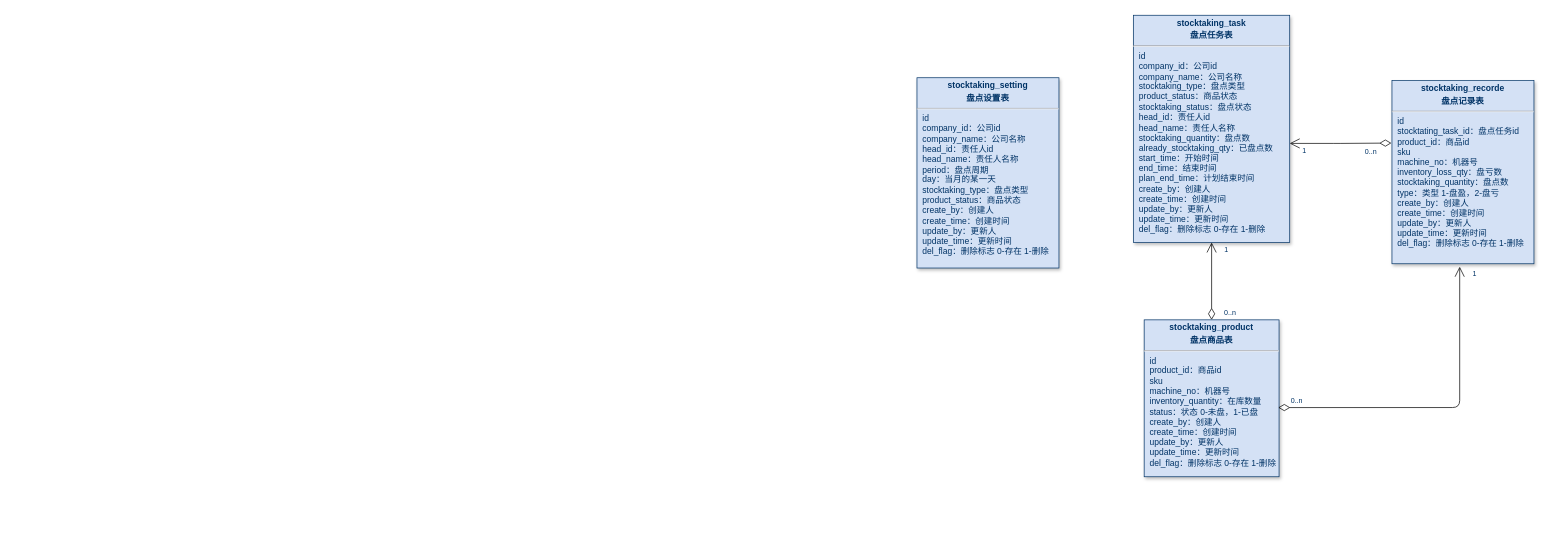
Before: page "第 2 页" (3 of 3) of zq-2.3.0.drawio in KNAI-I/test, a draw.io diagram. Source tidied: cells renumbered, new cells numbered last; positions are measured from the earlier drawing's top-left corner, leaving out a move shared by most shapes. Both pictures are drawn from the tidied source at 71%, with x=0, y=0 at pixel (917, 15).
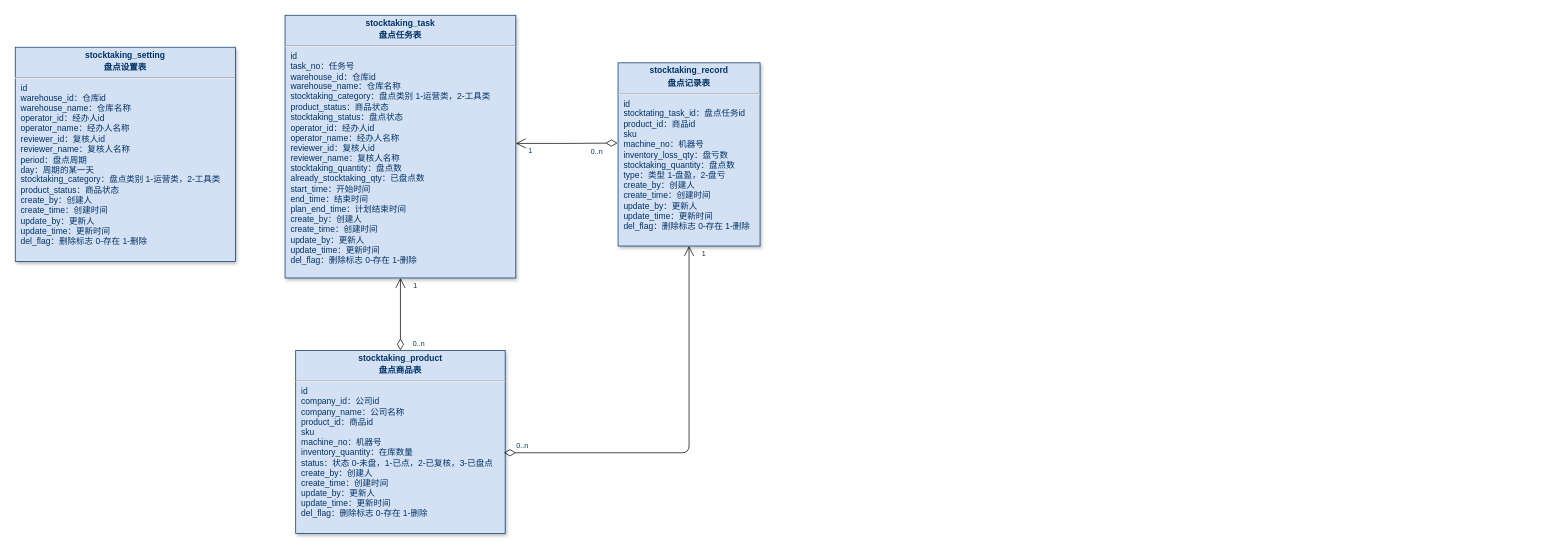
The same page after the edit.

What changed in the source:
```diff
@@
 <mxGraphModel>
   <root>
     <mxCell id="0" />
     <mxCell id="1" parent="0" />
     <mxCell id="2" style="endArrow=open;endSize=12;startArrow=diamondThin;startSize=14;startFill=0;edgeStyle=orthogonalEdgeStyle;entryX=0.5;entryY=1;entryDx=0;entryDy=0;exitX=0.5;exitY=0;exitDx=0;exitDy=0;" parent="1" edge="1" source="7" target="6">
       <mxGeometry x="620" y="340" as="geometry" />
     </mxCell>
     <mxCell id="3" value="0..n" style="align=left;verticalAlign=top;labelBackgroundColor=#ffffff;fontSize=10;strokeColor=#003366;shadow=1;fillColor=#D4E1F5;fontColor=#003366;" parent="2" vertex="1">
       <mxGeometry x="-1" relative="1" as="geometry">
         <mxPoint x="16" y="-22" as="offset" />
       </mxGeometry>
     </mxCell>
     <mxCell id="4" value="1" style="align=right;verticalAlign=top;labelBackgroundColor=#ffffff;fontSize=10;strokeColor=#003366;shadow=1;fillColor=#D4E1F5;fontColor=#003366;" parent="2" vertex="1">
       <mxGeometry x="1" relative="1" as="geometry">
         <mxPoint x="25" y="-2" as="offset" />
       </mxGeometry>
     </mxCell>
-    <mxCell id="5" value="&lt;p style=&quot;margin: 4px 0px 0px; text-align: center;&quot;&gt;&lt;b&gt;stocktaking_&lt;/b&gt;&lt;span style=&quot;background-color: transparent; text-align: left;&quot;&gt;&lt;b&gt;setting&lt;/b&gt;&lt;/span&gt;&lt;/p&gt;&lt;p style=&quot;margin: 4px 0px 0px; text-align: center;&quot;&gt;&lt;span style=&quot;background-color: transparent; text-align: left;&quot;&gt;&lt;b&gt;盘点设置表&lt;/b&gt;&lt;/span&gt;&lt;/p&gt;&lt;hr&gt;&lt;p style=&quot;margin: 0px; margin-left: 8px;&quot;&gt;id&lt;/p&gt;&lt;p style=&quot;margin: 0px; margin-left: 8px;&quot;&gt;company_id：公司id&lt;/p&gt;&lt;p style=&quot;margin: 0px; margin-left: 8px;&quot;&gt;company_name：公司名称&lt;/p&gt;&lt;p style=&quot;margin: 0px 0px 0px 8px;&quot;&gt;head_id：责任人id&lt;/p&gt;&lt;p style=&quot;margin: 0px 0px 0px 8px;&quot;&gt;head_name：责任人名称&lt;/p&gt;&lt;p style=&quot;margin: 0px; margin-left: 8px;&quot;&gt;period：盘点周期&lt;/p&gt;&lt;p style=&quot;margin: 0px; margin-left: 8px;&quot;&gt;day：当月的某一天&lt;/p&gt;&lt;p style=&quot;margin: 0px; margin-left: 8px;&quot;&gt;stocktaking_type：盘点类型&lt;/p&gt;&lt;p style=&quot;margin: 0px; margin-left: 8px;&quot;&gt;product_status：商品状态&lt;/p&gt;&lt;p style=&quot;margin: 0px 0px 0px 8px;&quot;&gt;create_by：创建人&lt;/p&gt;&lt;p style=&quot;margin: 0px 0px 0px 8px;&quot;&gt;create_time：创建时间&lt;/p&gt;&lt;p style=&quot;margin: 0px 0px 0px 8px;&quot;&gt;update_by：更新人&lt;/p&gt;&lt;p style=&quot;margin: 0px 0px 0px 8px;&quot;&gt;update_time：更新时间&lt;/p&gt;&lt;p style=&quot;margin: 0px 0px 0px 8px;&quot;&gt;del_flag：删除标志 0-存在 1-删除&lt;/p&gt;" style="verticalAlign=top;align=left;overflow=fill;fontSize=12;fontFamily=Helvetica;html=1;strokeColor=#003366;shadow=1;fillColor=#D4E1F5;fontColor=#003366;" parent="1" vertex="1">
-      <mxGeometry y="88" width="200" height="268" as="geometry" />
+    <mxCell id="5" value="&lt;p style=&quot;margin: 4px 0px 0px; text-align: center;&quot;&gt;&lt;b&gt;stocktaking_&lt;/b&gt;&lt;span style=&quot;background-color: transparent; text-align: left;&quot;&gt;&lt;b&gt;setting&lt;/b&gt;&lt;/span&gt;&lt;/p&gt;&lt;p style=&quot;margin: 4px 0px 0px; text-align: center;&quot;&gt;&lt;span style=&quot;background-color: transparent; text-align: left;&quot;&gt;&lt;b&gt;盘点设置表&lt;/b&gt;&lt;/span&gt;&lt;/p&gt;&lt;hr&gt;&lt;p style=&quot;margin: 0px; margin-left: 8px;&quot;&gt;id&lt;/p&gt;&lt;p style=&quot;margin: 0px; margin-left: 8px;&quot;&gt;warehouse_id：仓库id&lt;/p&gt;&lt;p style=&quot;margin: 0px; margin-left: 8px;&quot;&gt;warehouse_name：仓库名称&lt;/p&gt;&lt;p style=&quot;margin: 0px 0px 0px 8px;&quot;&gt;operator_id：经办人id&lt;/p&gt;&lt;p style=&quot;margin: 0px 0px 0px 8px;&quot;&gt;&lt;span style=&quot;background-color: transparent; color: light-dark(rgb(0, 51, 102), rgb(161, 205, 249));&quot;&gt;operator&lt;/span&gt;_name：经办人名称&lt;/p&gt;&lt;p style=&quot;margin: 0px 0px 0px 8px;&quot;&gt;reviewer_id：复核人id&lt;/p&gt;&lt;p style=&quot;margin: 0px 0px 0px 8px;&quot;&gt;reviewer_name：复核人名称&lt;/p&gt;&lt;p style=&quot;margin: 0px; margin-left: 8px;&quot;&gt;period：盘点周期&lt;/p&gt;&lt;p style=&quot;margin: 0px; margin-left: 8px;&quot;&gt;day：周期的某一天&lt;/p&gt;&lt;p style=&quot;margin: 0px; margin-left: 8px;&quot;&gt;stocktaking_category：盘点类别 1-运营类，2-工具类&lt;/p&gt;&lt;p style=&quot;margin: 0px; margin-left: 8px;&quot;&gt;product_status：商品状态&lt;/p&gt;&lt;p style=&quot;margin: 0px 0px 0px 8px;&quot;&gt;create_by：创建人&lt;/p&gt;&lt;p style=&quot;margin: 0px 0px 0px 8px;&quot;&gt;create_time：创建时间&lt;/p&gt;&lt;p style=&quot;margin: 0px 0px 0px 8px;&quot;&gt;update_by：更新人&lt;/p&gt;&lt;p style=&quot;margin: 0px 0px 0px 8px;&quot;&gt;update_time：更新时间&lt;/p&gt;&lt;p style=&quot;margin: 0px 0px 0px 8px;&quot;&gt;del_flag：删除标志 0-存在 1-删除&lt;/p&gt;" style="verticalAlign=top;align=left;overflow=fill;fontSize=12;fontFamily=Helvetica;html=1;strokeColor=#003366;shadow=1;fillColor=#D4E1F5;fontColor=#003366;" parent="1" vertex="1">
+      <mxGeometry x="-1270" y="45" width="310" height="302" as="geometry" />
     </mxCell>
-    <mxCell id="6" value="&lt;p style=&quot;margin: 4px 0px 0px; text-align: center;&quot;&gt;&lt;b style=&quot;&quot;&gt;stocktaking_task&lt;/b&gt;&lt;/p&gt;&lt;p style=&quot;margin: 4px 0px 0px; text-align: center;&quot;&gt;&lt;b&gt;盘点任务表&lt;/b&gt;&lt;/p&gt;&lt;hr&gt;&lt;p style=&quot;margin: 0px; margin-left: 8px;&quot;&gt;id&lt;/p&gt;&lt;p style=&quot;margin: 0px 0px 0px 8px;&quot;&gt;company_id：公司id&lt;/p&gt;&lt;p style=&quot;margin: 0px 0px 0px 8px;&quot;&gt;company_name：公司名称&lt;/p&gt;&lt;p style=&quot;margin: 0px; margin-left: 8px;&quot;&gt;&lt;span style=&quot;background-color: transparent; color: light-dark(rgb(0, 51, 102), rgb(161, 205, 249));&quot;&gt;stocktaking_type：盘点类型&lt;/span&gt;&lt;/p&gt;&lt;p style=&quot;margin: 0px; margin-left: 8px;&quot;&gt;&lt;span style=&quot;background-color: transparent; color: light-dark(rgb(0, 51, 102), rgb(161, 205, 249));&quot;&gt;product_status：商品状态&lt;/span&gt;&lt;/p&gt;&lt;p style=&quot;margin: 0px; margin-left: 8px;&quot;&gt;stocktaking_status：盘点状态&lt;/p&gt;&lt;p style=&quot;margin: 0px 0px 0px 8px;&quot;&gt;head_id：责任人id&lt;/p&gt;&lt;p style=&quot;margin: 0px 0px 0px 8px;&quot;&gt;head_name：责任人名称&lt;/p&gt;&lt;p style=&quot;margin: 0px 0px 0px 8px;&quot;&gt;stocktaking_quantity：盘点数&lt;/p&gt;&lt;p style=&quot;margin: 0px 0px 0px 8px;&quot;&gt;already_&lt;span style=&quot;background-color: transparent; color: light-dark(rgb(0, 51, 102), rgb(161, 205, 249));&quot;&gt;stocktaking_qty：已盘点数&lt;/span&gt;&lt;/p&gt;&lt;p style=&quot;margin: 0px 0px 0px 8px;&quot;&gt;start_time：开始时间&lt;/p&gt;&lt;p style=&quot;margin: 0px 0px 0px 8px;&quot;&gt;end_time：结束时间&lt;/p&gt;&lt;p style=&quot;margin: 0px 0px 0px 8px;&quot;&gt;plan_end_time：计划结束时间&lt;/p&gt;&lt;p style=&quot;margin: 0px 0px 0px 8px;&quot;&gt;create_by：创建人&lt;/p&gt;&lt;p style=&quot;margin: 0px 0px 0px 8px;&quot;&gt;create_time：创建时间&lt;/p&gt;&lt;p style=&quot;margin: 0px 0px 0px 8px;&quot;&gt;update_by：更新人&lt;/p&gt;&lt;p style=&quot;margin: 0px 0px 0px 8px;&quot;&gt;update_time：更新时间&lt;/p&gt;&lt;p style=&quot;margin: 0px 0px 0px 8px;&quot;&gt;del_flag：删除标志 0-存在 1-删除&lt;/p&gt;" style="verticalAlign=top;align=left;overflow=fill;fontSize=12;fontFamily=Helvetica;html=1;strokeColor=#003366;shadow=1;fillColor=#D4E1F5;fontColor=#003366;" parent="1" vertex="1">
-      <mxGeometry x="305" width="220" height="320" as="geometry" />
+    <mxCell id="6" value="&lt;p style=&quot;margin: 4px 0px 0px; text-align: center;&quot;&gt;&lt;b style=&quot;&quot;&gt;stocktaking_task&lt;/b&gt;&lt;/p&gt;&lt;p style=&quot;margin: 4px 0px 0px; text-align: center;&quot;&gt;&lt;b&gt;盘点任务表&lt;/b&gt;&lt;/p&gt;&lt;hr&gt;&lt;p style=&quot;margin: 0px; margin-left: 8px;&quot;&gt;id&lt;/p&gt;&lt;p style=&quot;margin: 0px; margin-left: 8px;&quot;&gt;task_no：任务号&lt;/p&gt;&lt;p style=&quot;margin: 0px 0px 0px 8px;&quot;&gt;warehouse_id：仓库id&lt;/p&gt;&lt;p style=&quot;margin: 0px 0px 0px 8px;&quot;&gt;&lt;span style=&quot;background-color: transparent; color: light-dark(rgb(0, 51, 102), rgb(161, 205, 249));&quot;&gt;warehouse_name：仓库名称&lt;/span&gt;&lt;/p&gt;&lt;p style=&quot;margin: 0px 0px 0px 8px;&quot;&gt;stocktaking_category：盘点类别 1-运营类，2-工具类&lt;/p&gt;&lt;p style=&quot;margin: 0px; margin-left: 8px;&quot;&gt;&lt;span style=&quot;background-color: transparent; color: light-dark(rgb(0, 51, 102), rgb(161, 205, 249));&quot;&gt;product_status：商品状态&lt;/span&gt;&lt;/p&gt;&lt;p style=&quot;margin: 0px; margin-left: 8px;&quot;&gt;stocktaking_status：盘点状态&lt;/p&gt;&lt;p style=&quot;margin: 0px 0px 0px 8px;&quot;&gt;operator_id：经办人id&lt;/p&gt;&lt;p style=&quot;margin: 0px 0px 0px 8px;&quot;&gt;&lt;span style=&quot;background-color: transparent; color: light-dark(rgb(0, 51, 102), rgb(161, 205, 249));&quot;&gt;operator&lt;/span&gt;_name：经办人名称&lt;/p&gt;&lt;p style=&quot;margin: 0px 0px 0px 8px;&quot;&gt;reviewer_id：复核人id&lt;/p&gt;&lt;p style=&quot;margin: 0px 0px 0px 8px;&quot;&gt;reviewer_name：复核人名称&lt;/p&gt;&lt;p style=&quot;margin: 0px 0px 0px 8px;&quot;&gt;stocktaking_quantity：盘点数&lt;/p&gt;&lt;p style=&quot;margin: 0px 0px 0px 8px;&quot;&gt;already_&lt;span style=&quot;background-color: transparent; color: light-dark(rgb(0, 51, 102), rgb(161, 205, 249));&quot;&gt;stocktaking_qty：已盘点数&lt;/span&gt;&lt;/p&gt;&lt;p style=&quot;margin: 0px 0px 0px 8px;&quot;&gt;start_time：开始时间&lt;/p&gt;&lt;p style=&quot;margin: 0px 0px 0px 8px;&quot;&gt;end_time：结束时间&lt;/p&gt;&lt;p style=&quot;margin: 0px 0px 0px 8px;&quot;&gt;plan_end_time：计划结束时间&lt;/p&gt;&lt;p style=&quot;margin: 0px 0px 0px 8px;&quot;&gt;create_by：创建人&lt;/p&gt;&lt;p style=&quot;margin: 0px 0px 0px 8px;&quot;&gt;create_time：创建时间&lt;/p&gt;&lt;p style=&quot;margin: 0px 0px 0px 8px;&quot;&gt;update_by：更新人&lt;/p&gt;&lt;p style=&quot;margin: 0px 0px 0px 8px;&quot;&gt;update_time：更新时间&lt;/p&gt;&lt;p style=&quot;margin: 0px 0px 0px 8px;&quot;&gt;del_flag：删除标志 0-存在 1-删除&lt;/p&gt;" style="verticalAlign=top;align=left;overflow=fill;fontSize=12;fontFamily=Helvetica;html=1;strokeColor=#003366;shadow=1;fillColor=#D4E1F5;fontColor=#003366;" parent="1" vertex="1">
+      <mxGeometry x="-890" width="325" height="370" as="geometry" />
     </mxCell>
-    <mxCell id="7" value="&lt;p style=&quot;margin: 4px 0px 0px; text-align: center;&quot;&gt;&lt;b style=&quot;&quot;&gt;stocktaking_product&lt;/b&gt;&lt;/p&gt;&lt;p style=&quot;margin: 4px 0px 0px; text-align: center;&quot;&gt;&lt;b style=&quot;&quot;&gt;盘点商品表&lt;/b&gt;&lt;/p&gt;&lt;hr&gt;&lt;p style=&quot;margin: 0px; margin-left: 8px;&quot;&gt;id&lt;/p&gt;&lt;p style=&quot;margin: 0px; margin-left: 8px;&quot;&gt;product_id：商品id&lt;/p&gt;&lt;p style=&quot;margin: 0px; margin-left: 8px;&quot;&gt;sku&lt;/p&gt;&lt;p style=&quot;margin: 0px; margin-left: 8px;&quot;&gt;machine_no：机器号&lt;/p&gt;&lt;p style=&quot;margin: 0px; margin-left: 8px;&quot;&gt;inventory_quantity：在库数量&lt;/p&gt;&lt;p style=&quot;margin: 0px; margin-left: 8px;&quot;&gt;status：状态 0-未盘，1-已盘&lt;/p&gt;&lt;p style=&quot;margin: 0px 0px 0px 8px;&quot;&gt;create_by：创建人&lt;/p&gt;&lt;p style=&quot;margin: 0px 0px 0px 8px;&quot;&gt;create_time：创建时间&lt;/p&gt;&lt;p style=&quot;margin: 0px 0px 0px 8px;&quot;&gt;update_by：更新人&lt;/p&gt;&lt;p style=&quot;margin: 0px 0px 0px 8px;&quot;&gt;update_time：更新时间&lt;/p&gt;&lt;p style=&quot;margin: 0px 0px 0px 8px;&quot;&gt;del_flag：删除标志 0-存在 1-删除&lt;/p&gt;" style="verticalAlign=top;align=left;overflow=fill;fontSize=12;fontFamily=Helvetica;html=1;strokeColor=#003366;shadow=1;fillColor=#D4E1F5;fontColor=#003366;" parent="1" vertex="1">
-      <mxGeometry x="320" y="429" width="190" height="221" as="geometry" />
+    <mxCell id="7" value="&lt;p style=&quot;margin: 4px 0px 0px; text-align: center;&quot;&gt;&lt;b style=&quot;&quot;&gt;stocktaking_product&lt;/b&gt;&lt;/p&gt;&lt;p style=&quot;margin: 4px 0px 0px; text-align: center;&quot;&gt;&lt;b style=&quot;&quot;&gt;盘点商品表&lt;/b&gt;&lt;/p&gt;&lt;hr&gt;&lt;p style=&quot;margin: 0px; margin-left: 8px;&quot;&gt;id&lt;/p&gt;&lt;p style=&quot;margin: 0px 0px 0px 8px;&quot;&gt;company_id：公司id&lt;/p&gt;&lt;p style=&quot;margin: 0px 0px 0px 8px;&quot;&gt;company_name：公司名称&lt;/p&gt;&lt;p style=&quot;margin: 0px; margin-left: 8px;&quot;&gt;product_id：商品id&lt;/p&gt;&lt;p style=&quot;margin: 0px; margin-left: 8px;&quot;&gt;sku&lt;/p&gt;&lt;p style=&quot;margin: 0px; margin-left: 8px;&quot;&gt;machine_no：机器号&lt;/p&gt;&lt;p style=&quot;margin: 0px; margin-left: 8px;&quot;&gt;inventory_quantity：在库数量&lt;/p&gt;&lt;p style=&quot;margin: 0px; margin-left: 8px;&quot;&gt;status：状态 0-未盘，1-已点，2-已复核，3-已盘点&lt;/p&gt;&lt;p style=&quot;margin: 0px 0px 0px 8px;&quot;&gt;create_by：创建人&lt;/p&gt;&lt;p style=&quot;margin: 0px 0px 0px 8px;&quot;&gt;create_time：创建时间&lt;/p&gt;&lt;p style=&quot;margin: 0px 0px 0px 8px;&quot;&gt;update_by：更新人&lt;/p&gt;&lt;p style=&quot;margin: 0px 0px 0px 8px;&quot;&gt;update_time：更新时间&lt;/p&gt;&lt;p style=&quot;margin: 0px 0px 0px 8px;&quot;&gt;del_flag：删除标志 0-存在 1-删除&lt;/p&gt;" style="verticalAlign=top;align=left;overflow=fill;fontSize=12;fontFamily=Helvetica;html=1;strokeColor=#003366;shadow=1;fillColor=#D4E1F5;fontColor=#003366;" parent="1" vertex="1">
+      <mxGeometry x="-875" y="472" width="295" height="258" as="geometry" />
     </mxCell>
-    <mxCell id="8" value="&lt;p style=&quot;margin: 4px 0px 0px; text-align: center;&quot;&gt;&lt;b style=&quot;&quot;&gt;stocktaking_recorde&lt;/b&gt;&lt;/p&gt;&lt;p style=&quot;margin: 4px 0px 0px; text-align: center;&quot;&gt;&lt;b style=&quot;&quot;&gt;盘点记录表&lt;/b&gt;&lt;/p&gt;&lt;hr&gt;&lt;p style=&quot;margin: 0px; margin-left: 8px;&quot;&gt;id&lt;/p&gt;&lt;p style=&quot;margin: 0px; margin-left: 8px;&quot;&gt;stocktating_task_id：盘点任务id&lt;/p&gt;&lt;p style=&quot;margin: 0px 0px 0px 8px;&quot;&gt;product_id：商品id&lt;/p&gt;&lt;p style=&quot;margin: 0px 0px 0px 8px;&quot;&gt;sku&lt;/p&gt;&lt;p style=&quot;margin: 0px 0px 0px 8px;&quot;&gt;machine_no：机器号&lt;/p&gt;&lt;p style=&quot;margin: 0px 0px 0px 8px;&quot;&gt;inventory_loss_qty：盘亏数&lt;/p&gt;&lt;p style=&quot;margin: 0px 0px 0px 8px;&quot;&gt;stocktaking_quantity：盘点数&lt;/p&gt;&lt;p style=&quot;margin: 0px 0px 0px 8px;&quot;&gt;type：类型 1-盘盈，2-盘亏&lt;/p&gt;&lt;p style=&quot;margin: 0px 0px 0px 8px;&quot;&gt;create_by：创建人&lt;/p&gt;&lt;p style=&quot;margin: 0px 0px 0px 8px;&quot;&gt;create_time：创建时间&lt;/p&gt;&lt;p style=&quot;margin: 0px 0px 0px 8px;&quot;&gt;update_by：更新人&lt;/p&gt;&lt;p style=&quot;margin: 0px 0px 0px 8px;&quot;&gt;update_time：更新时间&lt;/p&gt;&lt;p style=&quot;margin: 0px 0px 0px 8px;&quot;&gt;del_flag：删除标志 0-存在 1-删除&lt;/p&gt;" style="verticalAlign=top;align=left;overflow=fill;fontSize=12;fontFamily=Helvetica;html=1;strokeColor=#003366;shadow=1;fillColor=#D4E1F5;fontColor=#003366;" parent="1" vertex="1">
-      <mxGeometry x="669" y="92" width="200" height="258" as="geometry" />
+    <mxCell id="8" value="&lt;p style=&quot;margin: 4px 0px 0px; text-align: center;&quot;&gt;&lt;b style=&quot;&quot;&gt;stocktaking_record&lt;/b&gt;&lt;/p&gt;&lt;p style=&quot;margin: 4px 0px 0px; text-align: center;&quot;&gt;&lt;b style=&quot;&quot;&gt;盘点记录表&lt;/b&gt;&lt;/p&gt;&lt;hr&gt;&lt;p style=&quot;margin: 0px; margin-left: 8px;&quot;&gt;id&lt;/p&gt;&lt;p style=&quot;margin: 0px; margin-left: 8px;&quot;&gt;stocktating_task_id：盘点任务id&lt;/p&gt;&lt;p style=&quot;margin: 0px 0px 0px 8px;&quot;&gt;product_id：商品id&lt;/p&gt;&lt;p style=&quot;margin: 0px 0px 0px 8px;&quot;&gt;sku&lt;/p&gt;&lt;p style=&quot;margin: 0px 0px 0px 8px;&quot;&gt;machine_no：机器号&lt;/p&gt;&lt;p style=&quot;margin: 0px 0px 0px 8px;&quot;&gt;inventory_loss_qty：盘亏数&lt;/p&gt;&lt;p style=&quot;margin: 0px 0px 0px 8px;&quot;&gt;stocktaking_quantity：盘点数&lt;/p&gt;&lt;p style=&quot;margin: 0px 0px 0px 8px;&quot;&gt;type：类型 1-盘盈，2-盘亏&lt;/p&gt;&lt;p style=&quot;margin: 0px 0px 0px 8px;&quot;&gt;create_by：创建人&lt;/p&gt;&lt;p style=&quot;margin: 0px 0px 0px 8px;&quot;&gt;create_time：创建时间&lt;/p&gt;&lt;p style=&quot;margin: 0px 0px 0px 8px;&quot;&gt;update_by：更新人&lt;/p&gt;&lt;p style=&quot;margin: 0px 0px 0px 8px;&quot;&gt;update_time：更新时间&lt;/p&gt;&lt;p style=&quot;margin: 0px 0px 0px 8px;&quot;&gt;del_flag：删除标志 0-存在 1-删除&lt;/p&gt;" style="verticalAlign=top;align=left;overflow=fill;fontSize=12;fontFamily=Helvetica;html=1;strokeColor=#003366;shadow=1;fillColor=#D4E1F5;fontColor=#003366;" parent="1" vertex="1">
+      <mxGeometry x="-421" y="67" width="200" height="258" as="geometry" />
     </mxCell>
     <mxCell id="9" style="endArrow=open;endSize=12;startArrow=diamondThin;startSize=14;startFill=0;edgeStyle=orthogonalEdgeStyle;entryX=1;entryY=0.5;entryDx=0;entryDy=0;exitX=-0.011;exitY=0.544;exitDx=0;exitDy=0;exitPerimeter=0;" parent="1" edge="1">
       <mxGeometry x="620" y="340" as="geometry">
-        <mxPoint x="668.2" y="180" as="sourcePoint" />
-        <mxPoint x="525" y="180.5" as="targetPoint" />
+        <mxPoint x="-421.8" y="180" as="sourcePoint" />
+        <mxPoint x="-565" y="180.5" as="targetPoint" />
       </mxGeometry>
     </mxCell>
     <mxCell id="10" value="0..n" style="align=left;verticalAlign=top;labelBackgroundColor=#ffffff;fontSize=10;strokeColor=#003366;shadow=1;fillColor=#D4E1F5;fontColor=#003366;" parent="9" vertex="1">
       <mxGeometry x="-1" relative="1" as="geometry">
         <mxPoint x="-39" as="offset" />
       </mxGeometry>
     </mxCell>
     <mxCell id="11" value="1" style="align=right;verticalAlign=top;labelBackgroundColor=#ffffff;fontSize=10;strokeColor=#003366;shadow=1;fillColor=#D4E1F5;fontColor=#003366;" parent="9" vertex="1">
       <mxGeometry x="1" relative="1" as="geometry">
         <mxPoint x="25" y="-2" as="offset" />
       </mxGeometry>
     </mxCell>
-    <mxCell id="12" style="endArrow=open;endSize=12;startArrow=diamondThin;startSize=14;startFill=0;edgeStyle=orthogonalEdgeStyle;entryX=0.477;entryY=1.016;entryDx=0;entryDy=0;exitX=0.994;exitY=0.559;exitDx=0;exitDy=0;exitPerimeter=0;entryPerimeter=0;" parent="1" edge="1" source="7" target="8">
+    <mxCell id="12" style="endArrow=open;endSize=12;startArrow=diamondThin;startSize=14;startFill=0;edgeStyle=orthogonalEdgeStyle;entryX=0.5;entryY=1;entryDx=0;entryDy=0;exitX=0.994;exitY=0.559;exitDx=0;exitDy=0;exitPerimeter=0;" parent="1" edge="1" source="7" target="8">
       <mxGeometry x="620" y="340" as="geometry" />
     </mxCell>
     <mxCell id="13" value="0..n" style="align=left;verticalAlign=top;labelBackgroundColor=#ffffff;fontSize=10;strokeColor=#003366;shadow=1;fillColor=#D4E1F5;fontColor=#003366;" parent="12" vertex="1">
       <mxGeometry x="-1" relative="1" as="geometry">
         <mxPoint x="16" y="-22" as="offset" />
       </mxGeometry>
     </mxCell>
     <mxCell id="14" value="1" style="align=right;verticalAlign=top;labelBackgroundColor=#ffffff;fontSize=10;strokeColor=#003366;shadow=1;fillColor=#D4E1F5;fontColor=#003366;" parent="12" vertex="1">
       <mxGeometry x="1" relative="1" as="geometry">
         <mxPoint x="25" y="-2" as="offset" />
       </mxGeometry>
     </mxCell>
   </root>
 </mxGraphModel>
```
